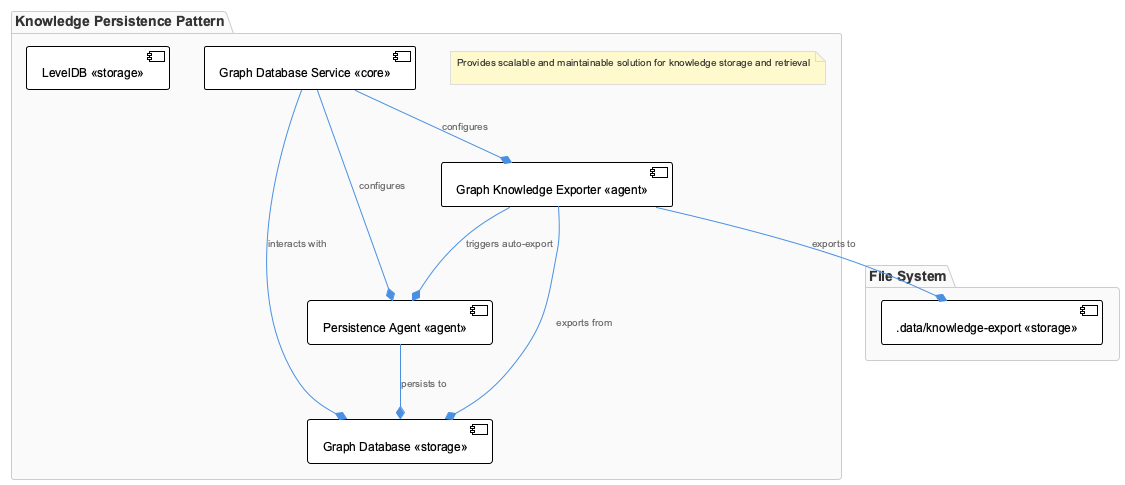
The PlantUML diagram knowledge-management/insights/images/knowledge-persistence-pattern-architecture.png in fwornle/coding, before a commit.
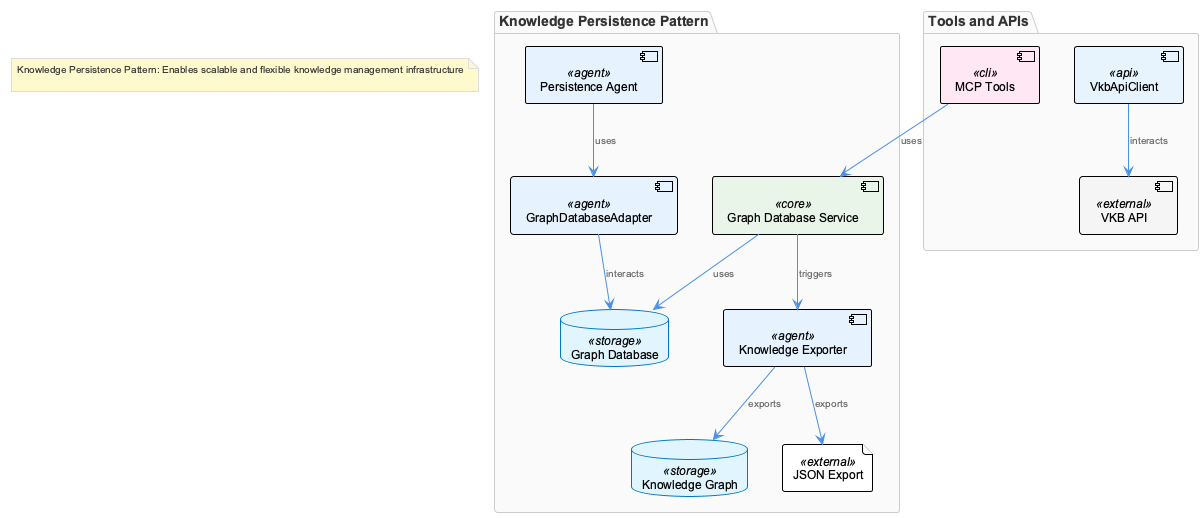
Above is the later version.

The edit, as a diff of the source:
```diff
@@ -2,27 +2,33 @@
 !include /Users/q284340/Agentic/coding/docs/puml/_standard-style.puml
 
 package "Knowledge Persistence Pattern" {
-  component GraphDatabase as "Graph Database <<storage>>"
-  component LevelDB as "LevelDB <<storage>>"
-  component GraphDatabaseService as "Graph Database Service <<core>>"
-  component GraphKnowledgeExporter as "Graph Knowledge Exporter <<agent>>"
-  component PersistenceAgent as "Persistence Agent <<agent>>"
-
-  note as AutoNote1
-  Provides scalable and maintainable solution for knowledge storage and retrieval
-
-  end note
-  GraphDatabaseService --* GraphDatabase : interacts with
-  GraphKnowledgeExporter --* GraphDatabase : exports from
-  PersistenceAgent --* GraphDatabase : persists to
-  GraphKnowledgeExporter --* PersistenceAgent : triggers auto-export
-  GraphDatabaseService --* GraphKnowledgeExporter : configures
-  GraphDatabaseService --* PersistenceAgent : configures
+  component "Graph Database Service" as gds <<core>>
+  component "GraphDatabaseAdapter" as gda <<agent>>
+  component "Knowledge Exporter" as ke <<agent>>
+  component "Persistence Agent" as pa <<agent>>
+  database "Graph Database" as gd <<storage>>
+  database "Knowledge Graph" as kg <<storage>>
+  file "JSON Export" as je <<external>>
 }
 
-package "File System" {
-  component knowledge_export_directory as ".data/knowledge-export <<storage>>"
-  GraphKnowledgeExporter --* knowledge_export_directory : exports to
+package "Tools and APIs" {
+  component "VkbApiClient" as va <<api>>
+  component "MCP Tools" as mcp <<cli>>
+  component "VKB API" as vapi <<external>>
 }
 
+gds --> gd : uses
+gda --> gd : interacts
+ke --> kg : exports
+pa --> gda : uses
+va --> vapi : interacts
+mcp --> gds : uses
+ke --> je : exports
+gds --> ke : triggers
+
+note as AutoNote1
+  Knowledge Persistence Pattern: Enables scalable and flexible knowledge management infrastructure
+
+end note
+
 @enduml
```
